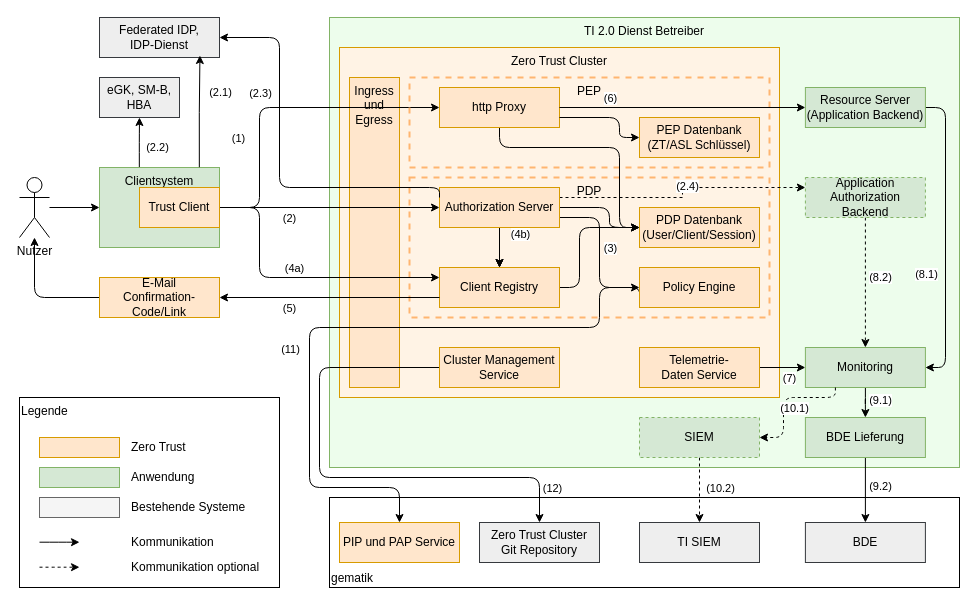
Above: src/drawio/Zero-Trust_Architektur.drawio in gematik/spec-t20r (draw.io), before the change. Source tidied: cells renumbered, new cells numbered last; positions are measured from the earlier drawing's top-left corner, leaving out a move shared by most shapes. Both pictures are drawn from the tidied source at 100%, with x=0, y=0 at pixel (19, 17).
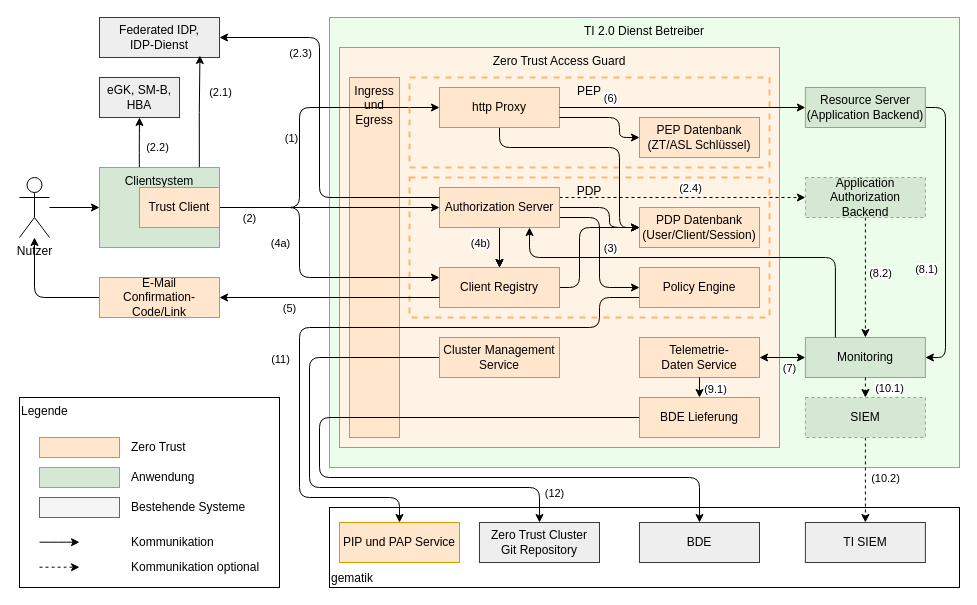
After the change.

Unchanged cells that the change refers to:
```xml
<mxCell id="10" style="edgeStyle=orthogonalEdgeStyle;rounded=0;jettySize=auto;html=1;entryX=0.5;entryY=0;entryDx=0;entryDy=0;" parent="1" edge="1" source="17" target="22">
  <mxGeometry relative="1" as="geometry" />
</mxCell>
<mxCell id="17" value="Authorization Server" style="rounded=0;whiteSpace=wrap;html=1;fillColor=#ffe6cc;strokeColor=#d79b00;" parent="1" vertex="1">
  <mxGeometry x="420" y="170" width="120" height="40" as="geometry" />
</mxCell>
<mxCell id="20" value="Policy Engine" style="rounded=0;whiteSpace=wrap;html=1;fillColor=#ffe6cc;strokeColor=#d79b00;" parent="1" vertex="1">
  <mxGeometry x="620" y="250" width="120" height="40" as="geometry" />
</mxCell>
<mxCell id="22" value="Client Registry" style="rounded=0;whiteSpace=wrap;html=1;fillColor=#ffe6cc;strokeColor=#d79b00;" parent="1" vertex="1">
  <mxGeometry x="420" y="250" width="120" height="40" as="geometry" />
</mxCell>
<mxCell id="25" value="&lt;div&gt;Resource Server&lt;/div&gt;&lt;div&gt;(Application Backend)&lt;/div&gt;" style="rounded=0;whiteSpace=wrap;html=1;fillColor=#d5e8d4;strokeColor=#82b366;" parent="1" vertex="1">
  <mxGeometry x="785.9" y="70" width="120" height="40" as="geometry" />
</mxCell>
<mxCell id="28" value="&lt;div&gt;Application Authorization Backend&lt;/div&gt;" style="rounded=0;whiteSpace=wrap;html=1;fillColor=#d5e8d4;strokeColor=#82b366;dashed=1;" parent="1" vertex="1">
  <mxGeometry x="785.9" y="160" width="120" height="40" as="geometry" />
</mxCell>
<mxCell id="48" value="Federated IDP,&lt;div&gt;IDP-Dienst&lt;/div&gt;" style="rounded=0;whiteSpace=wrap;html=1;fillColor=#eeeeee;strokeColor=#36393d;" parent="1" vertex="1">
  <mxGeometry x="80" width="120" height="40" as="geometry" />
</mxCell>
<mxCell id="60" value="PIP und PAP Service" style="rounded=0;whiteSpace=wrap;html=1;fillColor=#ffe6cc;strokeColor=#d79b00;" parent="1" vertex="1">
  <mxGeometry x="320" y="505" width="120" height="40" as="geometry" />
</mxCell>
<mxCell id="62" value="Zero Trust Cluster Git&amp;nbsp;&lt;span style=&quot;background-color: initial;&quot;&gt;Repository&lt;/span&gt;" style="rounded=0;whiteSpace=wrap;html=1;fillColor=#eeeeee;strokeColor=#36393d;" parent="1" vertex="1">
  <mxGeometry x="460" y="505" width="120" height="40" as="geometry" />
</mxCell>
<mxCell id="73" style="edgeStyle=orthogonalEdgeStyle;rounded=0;jettySize=auto;html=1;entryX=0;entryY=0.5;entryDx=0;entryDy=0;" parent="1" edge="1" source="42" target="17">
  <mxGeometry relative="1" as="geometry" />
</mxCell>
<mxCell id="79" value="Trust Client" style="rounded=0;whiteSpace=wrap;html=1;fillColor=#ffe6cc;strokeColor=#d79b00;" parent="1" vertex="1">
  <mxGeometry x="120" y="170" width="80" height="40" as="geometry" />
</mxCell>
<mxCell id="82" value="http Proxy" style="rounded=0;whiteSpace=wrap;html=1;fillColor=#ffe6cc;strokeColor=#d79b00;" parent="1" vertex="1">
  <mxGeometry x="420" y="70" width="120" height="40" as="geometry" />
</mxCell>
```

Diff of the diagram source:
```diff
@@
-    <mxCell id="3" value="Zero Trust Cluster" style="rounded=0;whiteSpace=wrap;html=1;align=center;verticalAlign=top;fillColor=#fff3e5;strokeColor=#d79b00;" parent="1" vertex="1">
-      <mxGeometry x="320" y="30" width="440" height="350" as="geometry" />
+    <mxCell id="3" value="Zero Trust Access Guard" style="rounded=0;whiteSpace=wrap;html=1;align=center;verticalAlign=top;fillColor=#fff3e5;strokeColor=#d79b00;" parent="1" vertex="1">
+      <mxGeometry x="320" y="30" width="440" height="400" as="geometry" />
     </mxCell>
     <mxCell id="4" value="Ingress&lt;div&gt;und&lt;/div&gt;&lt;div&gt;Egress&lt;div&gt;&lt;/div&gt;&lt;/div&gt;" style="rounded=0;whiteSpace=wrap;html=1;fillColor=#ffe6cc;strokeColor=#d79b00;verticalAlign=top;" parent="1" vertex="1">
-      <mxGeometry x="330" y="60" width="50" height="310" as="geometry" />
+      <mxGeometry x="330" y="60" width="50" height="360" as="geometry" />
     </mxCell>
@@
     <mxCell id="6" value="gematik" style="rounded=0;whiteSpace=wrap;html=1;align=left;verticalAlign=bottom;" parent="1" vertex="1">
-      <mxGeometry x="310" y="480" width="630" height="90" as="geometry" />
+      <mxGeometry x="310" y="490" width="630" height="80" as="geometry" />
     </mxCell>
@@
     <mxCell id="11" value="(4b)" style="edgeLabel;html=1;align=center;verticalAlign=middle;" parent="10" vertex="1">
       <mxGeometry x="-0.23" relative="1" as="geometry">
-        <mxPoint x="20" y="-9" as="offset" />
+        <mxPoint x="-20" as="offset" />
       </mxGeometry>
     </mxCell>
@@
-    <mxCell id="14" style="edgeStyle=orthogonalEdgeStyle;rounded=0;jettySize=auto;html=1;entryX=0;entryY=0.25;entryDx=0;entryDy=0;dashed=1;exitX=1;exitY=0.25;exitDx=0;exitDy=0;" parent="1" edge="1" source="17" target="28">
+    <mxCell id="14" style="edgeStyle=orthogonalEdgeStyle;rounded=0;jettySize=auto;html=1;entryX=0;entryY=0.5;entryDx=0;entryDy=0;dashed=1;exitX=1;exitY=0.25;exitDx=0;exitDy=0;" parent="1" edge="1" source="17" target="28">
       <mxGeometry relative="1" as="geometry" />
     </mxCell>
@@
     <mxCell id="18" style="edgeStyle=orthogonalEdgeStyle;rounded=1;jettySize=auto;html=1;entryX=0.5;entryY=0;entryDx=0;entryDy=0;exitX=0;exitY=0.75;exitDx=0;exitDy=0;curved=0;" parent="1" edge="1" source="20" target="60">
       <mxGeometry relative="1" as="geometry">
         <Array as="points">
-          <mxPoint x="580" y="270" />
+          <mxPoint x="580" y="280" />
           <mxPoint x="580" y="310" />
-          <mxPoint x="290" y="310" />
-          <mxPoint x="290" y="470" />
-          <mxPoint x="380" y="470" />
+          <mxPoint x="280" y="310" />
+          <mxPoint x="280" y="480" />
+          <mxPoint x="380" y="480" />
         </Array>
       </mxGeometry>
     </mxCell>
@@
     <mxCell id="23" style="edgeStyle=orthogonalEdgeStyle;rounded=1;jettySize=auto;html=1;entryX=1;entryY=0.5;entryDx=0;entryDy=0;curved=0;exitX=1;exitY=0.5;exitDx=0;exitDy=0;" parent="1" edge="1" source="25" target="37">
       <mxGeometry relative="1" as="geometry">
         <Array as="points">
           <mxPoint x="926" y="90" />
-          <mxPoint x="926" y="350" />
+          <mxPoint x="926" y="340" />
         </Array>
       </mxGeometry>
     </mxCell>
@@
-    <mxCell id="29" style="edgeStyle=orthogonalEdgeStyle;rounded=0;jettySize=auto;html=1;" parent="1" edge="1" source="31" target="37">
+    <mxCell id="29" style="edgeStyle=orthogonalEdgeStyle;rounded=0;jettySize=auto;html=1;startArrow=classic;startFill=1;" parent="1" edge="1" source="31" target="37">
       <mxGeometry relative="1" as="geometry" />
     </mxCell>
@@
     <mxCell id="31" value="Telemetrie-Daten&amp;nbsp;&lt;span style=&quot;background-color: initial;&quot;&gt;Service&lt;/span&gt;" style="rounded=0;whiteSpace=wrap;html=1;fillColor=#ffe6cc;strokeColor=#d79b00;" parent="1" vertex="1">
-      <mxGeometry x="620" y="330" width="120" height="40" as="geometry" />
+      <mxGeometry x="620" y="320" width="120" height="40" as="geometry" />
     </mxCell>
     <mxCell id="32" style="edgeStyle=orthogonalEdgeStyle;rounded=1;jettySize=auto;html=1;entryX=0.5;entryY=0;entryDx=0;entryDy=0;curved=0;exitX=0;exitY=0.5;exitDx=0;exitDy=0;" parent="1" edge="1" source="34" target="62">
       <mxGeometry relative="1" as="geometry">
         <Array as="points">
-          <mxPoint x="300" y="350" />
-          <mxPoint x="300" y="460" />
-          <mxPoint x="520" y="460" />
+          <mxPoint x="290" y="340" />
+          <mxPoint x="290" y="470" />
+          <mxPoint x="520" y="470" />
         </Array>
       </mxGeometry>
     </mxCell>
     <mxCell id="33" value="(12)" style="edgeLabel;html=1;align=center;verticalAlign=middle;" parent="32" vertex="1">
       <mxGeometry x="0.49" y="1" relative="1" as="geometry">
-        <mxPoint x="93" y="11" as="offset" />
+        <mxPoint x="113" y="6" as="offset" />
       </mxGeometry>
     </mxCell>
     <mxCell id="34" value="Cluster Management&lt;div&gt;Service&lt;/div&gt;" style="rounded=0;whiteSpace=wrap;html=1;fillColor=#ffe6cc;strokeColor=#d79b00;" parent="1" vertex="1">
-      <mxGeometry x="420" y="330" width="120" height="40" as="geometry" />
+      <mxGeometry x="420" y="320" width="120" height="40" as="geometry" />
     </mxCell>
-    <mxCell id="35" style="edgeStyle=orthogonalEdgeStyle;rounded=1;jettySize=auto;html=1;entryX=0.5;entryY=0;entryDx=0;entryDy=0;curved=0;" parent="1" edge="1" source="37" target="53">
-      <mxGeometry relative="1" as="geometry" />
+    <mxCell id="35" style="edgeStyle=orthogonalEdgeStyle;rounded=1;jettySize=auto;html=1;entryX=0.5;entryY=0;entryDx=0;entryDy=0;curved=0;" parent="1" edge="1" target="53">
+      <mxGeometry relative="1" as="geometry">
+        <mxPoint x="680" y="360" as="sourcePoint" />
+      </mxGeometry>
     </mxCell>
@@
     <mxCell id="37" value="&lt;div&gt;Monitoring&lt;/div&gt;" style="rounded=0;whiteSpace=wrap;html=1;fillColor=#d5e8d4;strokeColor=#82b366;" parent="1" vertex="1">
-      <mxGeometry x="785.9" y="330" width="120" height="40" as="geometry" />
+      <mxGeometry x="785.9" y="320" width="120" height="40" as="geometry" />
     </mxCell>
     <mxCell id="38" style="edgeStyle=orthogonalEdgeStyle;rounded=1;jettySize=auto;html=1;curved=0;entryX=0;entryY=0.5;entryDx=0;entryDy=0;exitX=1;exitY=0.5;exitDx=0;exitDy=0;" parent="1" edge="1" source="79" target="82">
       <mxGeometry relative="1" as="geometry">
         <Array as="points">
-          <mxPoint x="240" y="190" />
-          <mxPoint x="240" y="90" />
+          <mxPoint x="280" y="190" />
+          <mxPoint x="280" y="90" />
         </Array>
       </mxGeometry>
     </mxCell>
     <mxCell id="39" value="(1)" style="edgeLabel;html=1;align=center;verticalAlign=middle;" parent="38" vertex="1">
       <mxGeometry x="0.15" y="1" relative="1" as="geometry">
-        <mxPoint x="-66" y="31" as="offset" />
+        <mxPoint x="-13" y="31" as="offset" />
       </mxGeometry>
     </mxCell>
@@
-    <mxCell id="51" style="edgeStyle=orthogonalEdgeStyle;rounded=0;jettySize=auto;html=1;entryX=0.5;entryY=0;entryDx=0;entryDy=0;" parent="1" edge="1" source="53" target="59">
-      <mxGeometry relative="1" as="geometry" />
+    <mxCell id="51" style="edgeStyle=orthogonalEdgeStyle;rounded=1;jettySize=auto;html=1;entryX=0.5;entryY=0;entryDx=0;entryDy=0;exitX=0;exitY=0.5;exitDx=0;exitDy=0;curved=0;" parent="1" edge="1" source="53" target="59">
+      <mxGeometry relative="1" as="geometry">
+        <Array as="points">
+          <mxPoint x="300" y="400" />
+          <mxPoint x="300" y="460" />
+          <mxPoint x="680" y="460" />
+        </Array>
+      </mxGeometry>
     </mxCell>
-    <mxCell id="52" value="(9.2)" style="edgeLabel;html=1;align=center;verticalAlign=middle;" parent="51" vertex="1">
-      <mxGeometry x="-0.13" y="-1" relative="1" as="geometry">
-        <mxPoint x="16" as="offset" />
-      </mxGeometry>
-    </mxCell>
-    <mxCell id="53" value="&lt;div&gt;BDE Lieferung&lt;/div&gt;" style="rounded=0;whiteSpace=wrap;html=1;fillColor=#d5e8d4;strokeColor=#82b366;" parent="1" vertex="1">
-      <mxGeometry x="785.9" y="400" width="120" height="40" as="geometry" />
+    <mxCell id="53" value="&lt;div&gt;BDE Lieferung&lt;/div&gt;" style="rounded=0;whiteSpace=wrap;html=1;fillColor=#ffe6cc;strokeColor=#d79b00;" parent="1" vertex="1">
+      <mxGeometry x="620" y="380" width="120" height="40" as="geometry" />
     </mxCell>
@@
-    <mxCell id="56" value="&lt;div&gt;SIEM&lt;/div&gt;" style="rounded=0;whiteSpace=wrap;html=1;fillColor=#d5e8d4;strokeColor=#82b366;dashed=1;" parent="1" vertex="1">
-      <mxGeometry x="620" y="400" width="120" height="40" as="geometry" />
-    </mxCell>
-    <mxCell id="57" style="edgeStyle=orthogonalEdgeStyle;rounded=1;jettySize=auto;html=1;entryX=1;entryY=0.5;entryDx=0;entryDy=0;dashed=1;curved=0;exitX=0.25;exitY=1;exitDx=0;exitDy=0;" parent="1" edge="1" source="37" target="56">
-      <mxGeometry relative="1" as="geometry">
-        <Array as="points">
-          <mxPoint x="816" y="380" />
-          <mxPoint x="764" y="380" />
-          <mxPoint x="764" y="420" />
-        </Array>
-      </mxGeometry>
+    <mxCell id="57" style="edgeStyle=orthogonalEdgeStyle;rounded=1;jettySize=auto;html=1;entryX=0.5;entryY=0;entryDx=0;entryDy=0;dashed=1;curved=0;exitX=0.5;exitY=1;exitDx=0;exitDy=0;" parent="1" edge="1" source="37" target="56">
+      <mxGeometry relative="1" as="geometry" />
     </mxCell>
     <mxCell id="58" value="(10.1)" style="edgeLabel;html=1;align=center;verticalAlign=middle;" parent="57" vertex="1">
       <mxGeometry x="-0.05" relative="1" as="geometry">
-        <mxPoint x="9" y="10" as="offset" />
+        <mxPoint x="24" as="offset" />
       </mxGeometry>
     </mxCell>
     <mxCell id="59" value="&lt;div&gt;BDE&lt;/div&gt;" style="rounded=0;whiteSpace=wrap;html=1;fillColor=#eeeeee;strokeColor=#36393d;" parent="1" vertex="1">
-      <mxGeometry x="785.9" y="505" width="120" height="40" as="geometry" />
+      <mxGeometry x="620" y="505" width="120" height="40" as="geometry" />
     </mxCell>
@@
     <mxCell id="61" value="&lt;div&gt;TI SIEM&lt;/div&gt;" style="rounded=0;whiteSpace=wrap;html=1;fillColor=#eeeeee;strokeColor=#36393d;" parent="1" vertex="1">
-      <mxGeometry x="620" y="505" width="120" height="40" as="geometry" />
+      <mxGeometry x="785.9" y="505" width="120" height="40" as="geometry" />
     </mxCell>
@@
     <mxCell id="74" value="(2)" style="edgeLabel;html=1;align=center;verticalAlign=middle;" parent="73" vertex="1">
       <mxGeometry x="-0.47" y="-3" relative="1" as="geometry">
-        <mxPoint x="11" y="7" as="offset" />
+        <mxPoint x="-29" y="7" as="offset" />
       </mxGeometry>
     </mxCell>
     <mxCell id="75" style="edgeStyle=orthogonalEdgeStyle;rounded=1;jettySize=auto;html=1;curved=0;exitX=1;exitY=0.5;exitDx=0;exitDy=0;" parent="1" edge="1" source="79" target="22">
       <mxGeometry relative="1" as="geometry">
         <Array as="points">
-          <mxPoint x="240" y="190" />
-          <mxPoint x="240" y="260" />
+          <mxPoint x="280" y="190" />
+          <mxPoint x="280" y="260" />
         </Array>
       </mxGeometry>
     </mxCell>
     <mxCell id="76" value="(4a)" style="edgeLabel;html=1;align=center;verticalAlign=middle;" parent="75" vertex="1">
       <mxGeometry x="0.2" y="-1" relative="1" as="geometry">
-        <mxPoint x="-30" y="-11" as="offset" />
+        <mxPoint x="-44" y="-36" as="offset" />
       </mxGeometry>
     </mxCell>
@@
     <mxCell id="83" style="edgeStyle=orthogonalEdgeStyle;rounded=1;jettySize=auto;html=1;entryX=1;entryY=0.5;entryDx=0;entryDy=0;exitX=0;exitY=0.25;exitDx=0;exitDy=0;curved=0;" parent="1" edge="1" source="17" target="48">
       <mxGeometry relative="1" as="geometry">
         <Array as="points">
-          <mxPoint x="260" y="170" />
-          <mxPoint x="260" y="20" />
+          <mxPoint x="300" y="180" />
+          <mxPoint x="300" y="20" />
         </Array>
       </mxGeometry>
     </mxCell>
@@
+    <mxCell id="90" style="edgeStyle=orthogonalEdgeStyle;html=1;entryX=0.75;entryY=1;entryDx=0;entryDy=0;exitX=0.25;exitY=0;exitDx=0;exitDy=0;" parent="1" edge="1" source="37" target="17">
+      <mxGeometry relative="1" as="geometry">
+        <Array as="points">
+          <mxPoint x="816" y="240" />
+          <mxPoint x="510" y="240" />
+        </Array>
+      </mxGeometry>
+    </mxCell>
+    <mxCell id="56" value="&lt;div&gt;SIEM&lt;/div&gt;" style="rounded=0;whiteSpace=wrap;html=1;fillColor=#d5e8d4;strokeColor=#82b366;dashed=1;" parent="1" vertex="1">
+      <mxGeometry x="785.9" y="380" width="120" height="40" as="geometry" />
+    </mxCell>
```
